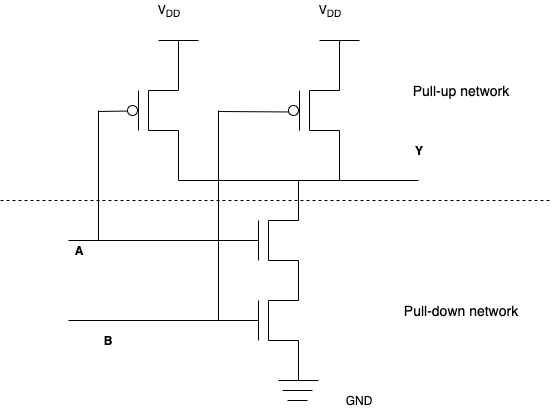
This is computer-architecture/img/cmos_nand.png from minhpro/cs-notes, a draw.io export, as it was before one commit. Source tidied: cells renumbered, new cells last; positions are measured from the earlier drawing's top-left corner, leaving out a move shared by most shapes. The source it was exported from:
```xml
<mxGraphModel>
  <root>
    <mxCell id="0" />
    <mxCell id="1" parent="0" />
    <mxCell id="2" style="endArrow=none;html=1;" parent="1" edge="1">
      <mxGeometry relative="1" as="geometry">
        <mxPoint x="258" y="260" as="sourcePoint" />
        <mxPoint x="258" y="220" as="targetPoint" />
      </mxGeometry>
    </mxCell>
    <mxCell id="3" style="endArrow=none;html=1;" parent="1" edge="1">
      <mxGeometry relative="1" as="geometry">
        <mxPoint x="268" y="260" as="sourcePoint" />
        <mxPoint x="268" y="220" as="targetPoint" />
      </mxGeometry>
    </mxCell>
    <mxCell id="4" style="endArrow=none;html=1;" parent="1" edge="1">
      <mxGeometry relative="1" as="geometry">
        <mxPoint x="258" y="340" as="sourcePoint" />
        <mxPoint x="258" y="300" as="targetPoint" />
      </mxGeometry>
    </mxCell>
    <mxCell id="5" style="endArrow=none;html=1;" parent="1" edge="1">
      <mxGeometry relative="1" as="geometry">
        <mxPoint x="268" y="340" as="sourcePoint" />
        <mxPoint x="268" y="300" as="targetPoint" />
      </mxGeometry>
    </mxCell>
    <mxCell id="6" style="endArrow=none;html=1;" parent="1" edge="1">
      <mxGeometry relative="1" as="geometry">
        <mxPoint x="268" y="300" as="sourcePoint" />
        <mxPoint x="298" y="300" as="targetPoint" />
      </mxGeometry>
    </mxCell>
    <mxCell id="7" style="endArrow=none;html=1;" parent="1" edge="1">
      <mxGeometry relative="1" as="geometry">
        <mxPoint x="268" y="260" as="sourcePoint" />
        <mxPoint x="298" y="260" as="targetPoint" />
      </mxGeometry>
    </mxCell>
    <mxCell id="8" style="endArrow=none;html=1;" parent="1" edge="1">
      <mxGeometry relative="1" as="geometry">
        <mxPoint x="298" y="300" as="sourcePoint" />
        <mxPoint x="298" y="260" as="targetPoint" />
      </mxGeometry>
    </mxCell>
    <mxCell id="9" style="endArrow=none;html=1;" parent="1" edge="1">
      <mxGeometry relative="1" as="geometry">
        <mxPoint x="268" y="340" as="sourcePoint" />
        <mxPoint x="298" y="340" as="targetPoint" />
      </mxGeometry>
    </mxCell>
    <mxCell id="10" style="endArrow=none;html=1;" parent="1" edge="1">
      <mxGeometry relative="1" as="geometry">
        <mxPoint x="298" y="380" as="sourcePoint" />
        <mxPoint x="298" y="340" as="targetPoint" />
      </mxGeometry>
    </mxCell>
    <mxCell id="11" style="endArrow=none;html=1;" parent="1" edge="1">
      <mxGeometry relative="1" as="geometry">
        <mxPoint x="278" y="380" as="sourcePoint" />
        <mxPoint x="318" y="380" as="targetPoint" />
      </mxGeometry>
    </mxCell>
    <mxCell id="12" style="endArrow=none;html=1;" parent="1" edge="1">
      <mxGeometry relative="1" as="geometry">
        <mxPoint x="282" y="390" as="sourcePoint" />
        <mxPoint x="312" y="390" as="targetPoint" />
      </mxGeometry>
    </mxCell>
    <mxCell id="13" style="endArrow=none;html=1;" parent="1" edge="1">
      <mxGeometry relative="1" as="geometry">
        <mxPoint x="287" y="400" as="sourcePoint" />
        <mxPoint x="307" y="400" as="targetPoint" />
      </mxGeometry>
    </mxCell>
    <mxCell id="14" style="endArrow=none;html=1;" parent="1" edge="1">
      <mxGeometry relative="1" as="geometry">
        <mxPoint x="268" y="220" as="sourcePoint" />
        <mxPoint x="298" y="220" as="targetPoint" />
      </mxGeometry>
    </mxCell>
    <mxCell id="15" style="endArrow=none;html=1;" parent="1" edge="1">
      <mxGeometry relative="1" as="geometry">
        <mxPoint x="298" y="220" as="sourcePoint" />
        <mxPoint x="298" y="180" as="targetPoint" />
      </mxGeometry>
    </mxCell>
    <mxCell id="16" style="endArrow=none;html=1;" parent="1" edge="1">
      <mxGeometry relative="1" as="geometry">
        <mxPoint x="178" y="180" as="sourcePoint" />
        <mxPoint x="418" y="180" as="targetPoint" />
      </mxGeometry>
    </mxCell>
    <mxCell id="17" style="endArrow=none;html=1;" parent="1" edge="1">
      <mxGeometry relative="1" as="geometry">
        <mxPoint x="178" y="180" as="sourcePoint" />
        <mxPoint x="178" y="130" as="targetPoint" />
      </mxGeometry>
    </mxCell>
    <mxCell id="18" style="endArrow=none;html=1;" parent="1" edge="1">
      <mxGeometry relative="1" as="geometry">
        <mxPoint x="148" y="130" as="sourcePoint" />
        <mxPoint x="178" y="130" as="targetPoint" />
      </mxGeometry>
    </mxCell>
    <mxCell id="19" style="endArrow=none;html=1;" parent="1" edge="1">
      <mxGeometry relative="1" as="geometry">
        <mxPoint x="148" y="130" as="sourcePoint" />
        <mxPoint x="148" y="90" as="targetPoint" />
      </mxGeometry>
    </mxCell>
    <mxCell id="20" style="endArrow=none;html=1;" parent="1" edge="1">
      <mxGeometry relative="1" as="geometry">
        <mxPoint x="138" y="130" as="sourcePoint" />
        <mxPoint x="138" y="90" as="targetPoint" />
      </mxGeometry>
    </mxCell>
    <mxCell id="21" style="endArrow=none;html=1;" parent="1" edge="1">
      <mxGeometry relative="1" as="geometry">
        <mxPoint x="148" y="90" as="sourcePoint" />
        <mxPoint x="178" y="90" as="targetPoint" />
      </mxGeometry>
    </mxCell>
    <mxCell id="22" style="ellipse;whiteSpace=wrap;html=1;gradientColor=none;" parent="1" vertex="1">
      <mxGeometry x="127" y="105" width="10" height="10" as="geometry" />
    </mxCell>
    <mxCell id="23" style="endArrow=none;html=1;entryX=0;entryY=1;entryDx=0;entryDy=0;" parent="1" edge="1">
      <mxGeometry relative="1" as="geometry">
        <mxPoint x="98" y="111" as="sourcePoint" />
        <mxPoint x="127.5" y="110.5" as="targetPoint" />
      </mxGeometry>
    </mxCell>
    <mxCell id="24" style="endArrow=none;html=1;" parent="1" edge="1">
      <mxGeometry relative="1" as="geometry">
        <mxPoint x="68" y="240" as="sourcePoint" />
        <mxPoint x="258" y="240" as="targetPoint" />
      </mxGeometry>
    </mxCell>
    <mxCell id="25" style="endArrow=none;html=1;" parent="1" edge="1">
      <mxGeometry relative="1" as="geometry">
        <mxPoint x="98" y="240" as="sourcePoint" />
        <mxPoint x="98" y="110" as="targetPoint" />
      </mxGeometry>
    </mxCell>
    <mxCell id="26" value="&lt;b&gt;A&lt;/b&gt;" style="text;html=1;strokeColor=none;fillColor=none;align=center;verticalAlign=middle;whiteSpace=wrap;rounded=0;" parent="1" vertex="1">
      <mxGeometry x="58" y="240" width="40" height="20" as="geometry" />
    </mxCell>
    <mxCell id="27" style="endArrow=none;html=1;" parent="1" edge="1">
      <mxGeometry relative="1" as="geometry">
        <mxPoint x="178" y="90" as="sourcePoint" />
        <mxPoint x="178" y="40" as="targetPoint" />
      </mxGeometry>
    </mxCell>
    <mxCell id="28" value="GND" style="text;html=1;strokeColor=none;fillColor=none;align=center;verticalAlign=middle;whiteSpace=wrap;rounded=0;" parent="1" vertex="1">
      <mxGeometry x="338" y="390" width="40" height="20" as="geometry" />
    </mxCell>
    <mxCell id="29" value="V&lt;sub&gt;DD&lt;/sub&gt;" style="text;html=1;strokeColor=none;fillColor=none;align=center;verticalAlign=middle;whiteSpace=wrap;rounded=0;" parent="1" vertex="1">
      <mxGeometry x="148" width="40" height="20" as="geometry" />
    </mxCell>
    <mxCell id="30" style="endArrow=none;html=1;" parent="1" edge="1">
      <mxGeometry relative="1" as="geometry">
        <mxPoint x="158" y="40" as="sourcePoint" />
        <mxPoint x="198" y="40" as="targetPoint" />
      </mxGeometry>
    </mxCell>
    <mxCell id="31" style="edgeStyle=orthogonalEdgeStyle;rounded=0;orthogonalLoop=1;jettySize=auto;html=1;exitX=0.5;exitY=1;exitDx=0;exitDy=0;" parent="1" edge="1" source="26" target="26">
      <mxGeometry relative="1" as="geometry" />
    </mxCell>
    <mxCell id="32" style="endArrow=none;html=1;" parent="1" edge="1">
      <mxGeometry relative="1" as="geometry">
        <mxPoint x="339" y="180" as="sourcePoint" />
        <mxPoint x="339" y="130" as="targetPoint" />
      </mxGeometry>
    </mxCell>
    <mxCell id="33" style="endArrow=none;html=1;" parent="1" edge="1">
      <mxGeometry relative="1" as="geometry">
        <mxPoint x="309" y="130" as="sourcePoint" />
        <mxPoint x="339" y="130" as="targetPoint" />
      </mxGeometry>
    </mxCell>
    <mxCell id="34" style="endArrow=none;html=1;" parent="1" edge="1">
      <mxGeometry relative="1" as="geometry">
        <mxPoint x="309" y="130" as="sourcePoint" />
        <mxPoint x="309" y="90" as="targetPoint" />
      </mxGeometry>
    </mxCell>
    <mxCell id="35" style="endArrow=none;html=1;" parent="1" edge="1">
      <mxGeometry relative="1" as="geometry">
        <mxPoint x="299" y="130" as="sourcePoint" />
        <mxPoint x="299" y="90" as="targetPoint" />
      </mxGeometry>
    </mxCell>
    <mxCell id="36" style="endArrow=none;html=1;" parent="1" edge="1">
      <mxGeometry relative="1" as="geometry">
        <mxPoint x="309" y="90" as="sourcePoint" />
        <mxPoint x="339" y="90" as="targetPoint" />
      </mxGeometry>
    </mxCell>
    <mxCell id="37" style="ellipse;whiteSpace=wrap;html=1;gradientColor=none;" parent="1" vertex="1">
      <mxGeometry x="288" y="105" width="10" height="10" as="geometry" />
    </mxCell>
    <mxCell id="38" style="endArrow=none;html=1;" parent="1" edge="1">
      <mxGeometry relative="1" as="geometry">
        <mxPoint x="339" y="90" as="sourcePoint" />
        <mxPoint x="339" y="40" as="targetPoint" />
      </mxGeometry>
    </mxCell>
    <mxCell id="39" value="V&lt;sub&gt;DD&lt;/sub&gt;" style="text;html=1;strokeColor=none;fillColor=none;align=center;verticalAlign=middle;whiteSpace=wrap;rounded=0;" parent="1" vertex="1">
      <mxGeometry x="309" width="40" height="20" as="geometry" />
    </mxCell>
    <mxCell id="40" style="endArrow=none;html=1;" parent="1" edge="1">
      <mxGeometry relative="1" as="geometry">
        <mxPoint x="319" y="40" as="sourcePoint" />
        <mxPoint x="359" y="40" as="targetPoint" />
      </mxGeometry>
    </mxCell>
    <mxCell id="41" style="endArrow=none;html=1;entryX=0;entryY=0;entryDx=0;entryDy=0;" parent="1" edge="1">
      <mxGeometry relative="1" as="geometry">
        <mxPoint x="218" y="111" as="sourcePoint" />
        <mxPoint x="288.5" y="111.5" as="targetPoint" />
      </mxGeometry>
    </mxCell>
    <mxCell id="42" style="endArrow=none;html=1;" parent="1" edge="1">
      <mxGeometry relative="1" as="geometry">
        <mxPoint x="218" y="320" as="sourcePoint" />
        <mxPoint x="218" y="110" as="targetPoint" />
      </mxGeometry>
    </mxCell>
    <mxCell id="43" style="endArrow=none;html=1;" parent="1" edge="1">
      <mxGeometry relative="1" as="geometry">
        <mxPoint x="68" y="320" as="sourcePoint" />
        <mxPoint x="258" y="320" as="targetPoint" />
      </mxGeometry>
    </mxCell>
    <mxCell id="44" value="&lt;b&gt;B&lt;/b&gt;" style="text;html=1;strokeColor=none;fillColor=none;align=center;verticalAlign=middle;whiteSpace=wrap;rounded=0;" parent="1" vertex="1">
      <mxGeometry x="87" y="330" width="40" height="20" as="geometry" />
    </mxCell>
    <mxCell id="45" value="&lt;b&gt;Y&lt;/b&gt;" style="text;html=1;strokeColor=none;fillColor=none;align=center;verticalAlign=middle;whiteSpace=wrap;rounded=0;" parent="1" vertex="1">
      <mxGeometry x="398" y="140" width="40" height="20" as="geometry" />
    </mxCell>
    <mxCell id="46" style="endArrow=none;dashed=1;html=1;" parent="1" edge="1">
      <mxGeometry relative="1" as="geometry">
        <mxPoint y="200" as="sourcePoint" />
        <mxPoint x="550" y="200" as="targetPoint" />
      </mxGeometry>
    </mxCell>
    <mxCell id="47" value="&lt;font style=&quot;font-size: 14px&quot;&gt;Pull-up network&lt;/font&gt;" style="text;html=1;strokeColor=none;fillColor=none;align=center;verticalAlign=middle;whiteSpace=wrap;rounded=0;" parent="1" vertex="1">
      <mxGeometry x="400" y="80" width="120" height="20" as="geometry" />
    </mxCell>
    <mxCell id="48" value="&lt;font style=&quot;font-size: 14px&quot;&gt;Pull-down network&lt;/font&gt;" style="text;html=1;strokeColor=none;fillColor=none;align=center;verticalAlign=middle;whiteSpace=wrap;rounded=0;" parent="1" vertex="1">
      <mxGeometry x="400" y="300" width="120" height="20" as="geometry" />
    </mxCell>
  </root>
</mxGraphModel>
```
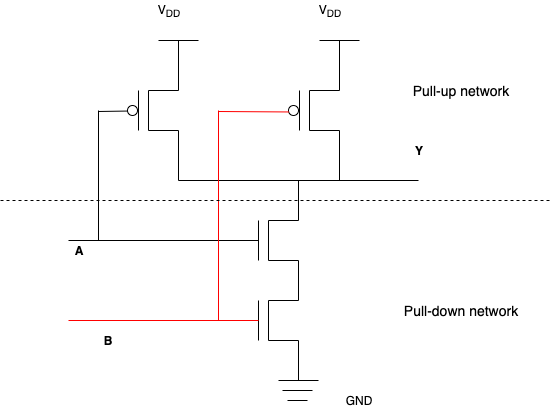
The same file after the commit.

Commit message:
How to build basic logic gate from CMOS

Change to the diagram source:
```diff
@@ -215,19 +215,19 @@
         <mxPoint x="359" y="40" as="targetPoint" />
       </mxGeometry>
     </mxCell>
-    <mxCell id="41" style="endArrow=none;html=1;entryX=0;entryY=0;entryDx=0;entryDy=0;" parent="1" edge="1">
+    <mxCell id="41" style="endArrow=none;html=1;entryX=0;entryY=0;entryDx=0;entryDy=0;fillColor=#f8cecc;strokeColor=#FF0000;" parent="1" edge="1">
       <mxGeometry relative="1" as="geometry">
         <mxPoint x="218" y="111" as="sourcePoint" />
         <mxPoint x="288.5" y="111.5" as="targetPoint" />
       </mxGeometry>
     </mxCell>
-    <mxCell id="42" style="endArrow=none;html=1;" parent="1" edge="1">
+    <mxCell id="42" style="endArrow=none;html=1;fillColor=#f8cecc;strokeColor=#FF0000;" parent="1" edge="1">
       <mxGeometry relative="1" as="geometry">
         <mxPoint x="218" y="320" as="sourcePoint" />
         <mxPoint x="218" y="110" as="targetPoint" />
       </mxGeometry>
     </mxCell>
-    <mxCell id="43" style="endArrow=none;html=1;" parent="1" edge="1">
+    <mxCell id="43" style="endArrow=none;html=1;fillColor=#f8cecc;strokeColor=#FF0000;" parent="1" edge="1">
       <mxGeometry relative="1" as="geometry">
         <mxPoint x="68" y="320" as="sourcePoint" />
         <mxPoint x="258" y="320" as="targetPoint" />
```
